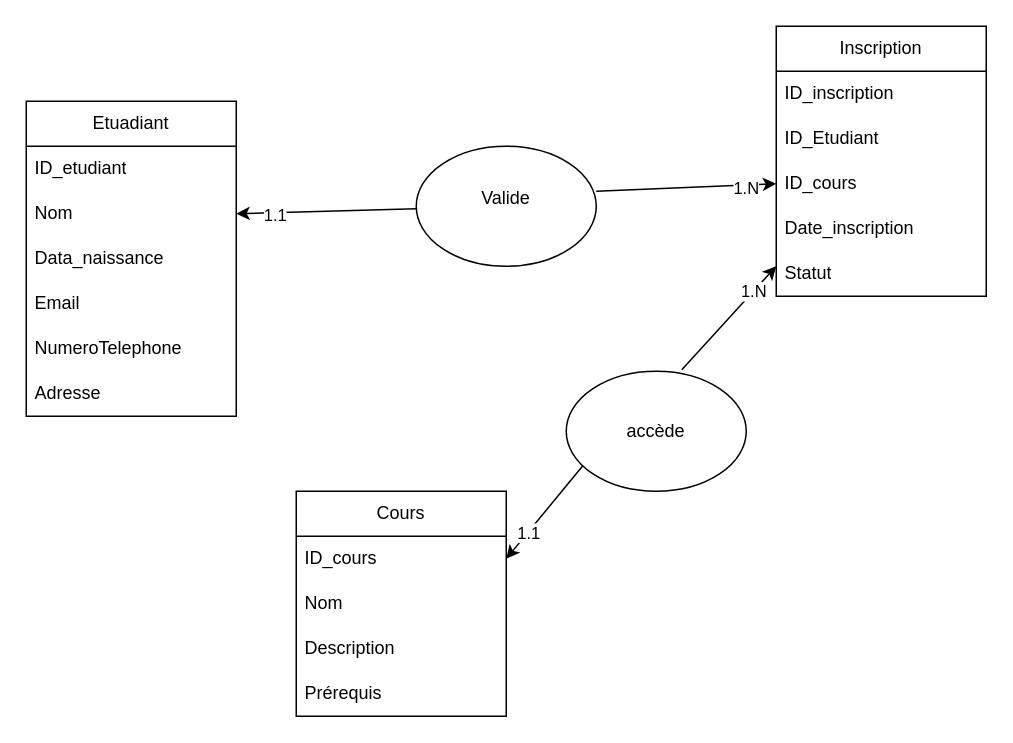
Before: Modèle de données.drawio in claude-bernard-badjagou/Draw.io, a draw.io diagram. Source tidied: cells renumbered, new cells numbered last; positions are measured from the earlier drawing's top-left corner, leaving out a move shared by most shapes. Both pictures are drawn from the tidied source at 150%, with x=0, y=0 at pixel (26, 26).
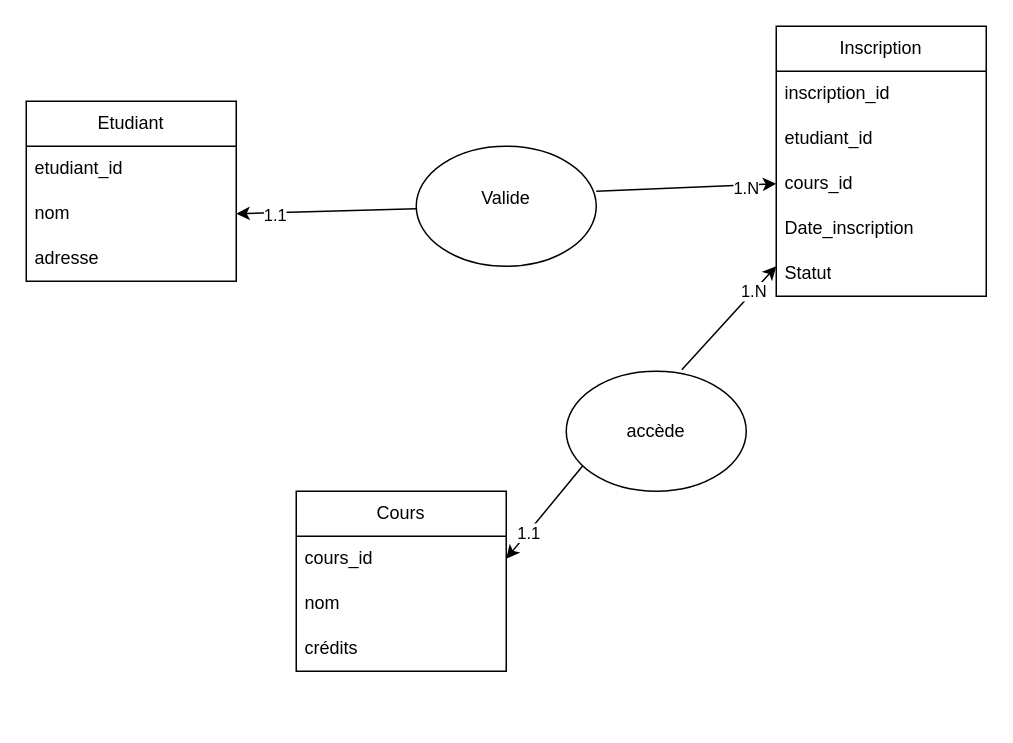
The same page after the edit.

Commit message:
Mettre à jour Modèle de données.drawio

The change refers to these unchanged cells:
```xml
<mxCell id="9" value="Inscription" style="swimlane;fontStyle=0;horizontal=1;startSize=30;whiteSpace=wrap;html=1;" parent="1" vertex="1">
  <mxGeometry x="500" width="140" height="180" as="geometry" />
</mxCell>
```

Diff of the diagram source:
```diff
@@
-    <mxCell id="2" value="Etuadiant" style="swimlane;fontStyle=0;horizontal=1;startSize=30;whiteSpace=wrap;html=1;" parent="1" vertex="1">
-      <mxGeometry y="50" width="140" height="210" as="geometry" />
+    <mxCell id="2" value="Etudiant" style="swimlane;fontStyle=0;horizontal=1;startSize=30;whiteSpace=wrap;html=1;" parent="1" vertex="1">
+      <mxGeometry y="50" width="140" height="120" as="geometry" />
     </mxCell>
-    <mxCell id="3" value="ID_etudiant" style="text;strokeColor=none;fillColor=none;align=left;verticalAlign=middle;spacingLeft=4;spacingRight=4;overflow=hidden;whiteSpace=wrap;html=1;" parent="2" vertex="1">
+    <mxCell id="3" value="etudiant_id" style="text;strokeColor=none;fillColor=none;align=left;verticalAlign=middle;spacingLeft=4;spacingRight=4;overflow=hidden;whiteSpace=wrap;html=1;" parent="2" vertex="1">
       <mxGeometry y="30" width="140" height="30" as="geometry" />
     </mxCell>
-    <mxCell id="4" value="Nom" style="text;strokeColor=none;fillColor=none;align=left;verticalAlign=middle;spacingLeft=4;spacingRight=4;overflow=hidden;points=[[0,0.5],[1,0.5]];portConstraint=eastwest;whiteSpace=wrap;html=1;" parent="2" vertex="1">
+    <mxCell id="4" value="nom" style="text;strokeColor=none;fillColor=none;align=left;verticalAlign=middle;spacingLeft=4;spacingRight=4;overflow=hidden;points=[[0,0.5],[1,0.5]];portConstraint=eastwest;whiteSpace=wrap;html=1;" parent="2" vertex="1">
       <mxGeometry y="60" width="140" height="30" as="geometry" />
     </mxCell>
-    <mxCell id="5" value="Data_naissance" style="text;strokeColor=none;fillColor=none;align=left;verticalAlign=middle;spacingLeft=4;spacingRight=4;overflow=hidden;whiteSpace=wrap;html=1;" parent="2" vertex="1">
+    <mxCell id="5" value="adresse" style="text;strokeColor=none;fillColor=none;align=left;verticalAlign=middle;spacingLeft=4;spacingRight=4;overflow=hidden;whiteSpace=wrap;html=1;" parent="2" vertex="1">
       <mxGeometry y="90" width="140" height="30" as="geometry" />
     </mxCell>
-    <mxCell id="6" value="Email" style="text;strokeColor=none;fillColor=none;align=left;verticalAlign=middle;spacingLeft=4;spacingRight=4;overflow=hidden;whiteSpace=wrap;html=1;" parent="2" vertex="1">
-      <mxGeometry y="120" width="140" height="30" as="geometry" />
-    </mxCell>
-    <mxCell id="7" value="NumeroTelephone" style="text;strokeColor=none;fillColor=none;align=left;verticalAlign=middle;spacingLeft=4;spacingRight=4;overflow=hidden;whiteSpace=wrap;html=1;" parent="2" vertex="1">
-      <mxGeometry y="150" width="140" height="30" as="geometry" />
-    </mxCell>
-    <mxCell id="8" value="Adresse" style="text;strokeColor=none;fillColor=none;align=left;verticalAlign=middle;spacingLeft=4;spacingRight=4;overflow=hidden;whiteSpace=wrap;html=1;" parent="2" vertex="1">
-      <mxGeometry y="180" width="140" height="30" as="geometry" />
-    </mxCell>
@@
-    <mxCell id="10" value="ID_inscription" style="text;strokeColor=none;fillColor=none;align=left;verticalAlign=middle;spacingLeft=4;spacingRight=4;overflow=hidden;whiteSpace=wrap;html=1;" parent="9" vertex="1">
+    <mxCell id="10" value="inscription_id" style="text;strokeColor=none;fillColor=none;align=left;verticalAlign=middle;spacingLeft=4;spacingRight=4;overflow=hidden;whiteSpace=wrap;html=1;" parent="9" vertex="1">
       <mxGeometry y="30" width="140" height="30" as="geometry" />
     </mxCell>
-    <mxCell id="11" value="ID_Etudiant" style="text;strokeColor=none;fillColor=none;align=left;verticalAlign=middle;spacingLeft=4;spacingRight=4;overflow=hidden;whiteSpace=wrap;html=1;" parent="9" vertex="1">
+    <mxCell id="11" value="etudiant_id" style="text;strokeColor=none;fillColor=none;align=left;verticalAlign=middle;spacingLeft=4;spacingRight=4;overflow=hidden;whiteSpace=wrap;html=1;" parent="9" vertex="1">
       <mxGeometry y="60" width="140" height="30" as="geometry" />
     </mxCell>
-    <mxCell id="12" value="ID_cours" style="text;strokeColor=none;fillColor=none;align=left;verticalAlign=middle;spacingLeft=4;spacingRight=4;overflow=hidden;whiteSpace=wrap;html=1;" parent="9" vertex="1">
+    <mxCell id="12" value="cours_id" style="text;strokeColor=none;fillColor=none;align=left;verticalAlign=middle;spacingLeft=4;spacingRight=4;overflow=hidden;whiteSpace=wrap;html=1;" parent="9" vertex="1">
       <mxGeometry y="90" width="140" height="30" as="geometry" />
     </mxCell>
@@
     <mxCell id="15" value="Cours" style="swimlane;fontStyle=0;horizontal=1;startSize=30;whiteSpace=wrap;html=1;" parent="1" vertex="1">
-      <mxGeometry x="180" y="310" width="140" height="150" as="geometry" />
+      <mxGeometry x="180" y="310" width="140" height="120" as="geometry" />
     </mxCell>
-    <mxCell id="16" value="ID_cours" style="text;strokeColor=none;fillColor=none;align=left;verticalAlign=middle;spacingLeft=4;spacingRight=4;overflow=hidden;points=[[0,0.5],[1,0.5]];portConstraint=eastwest;whiteSpace=wrap;html=1;" parent="15" vertex="1">
+    <mxCell id="16" value="cours_id" style="text;strokeColor=none;fillColor=none;align=left;verticalAlign=middle;spacingLeft=4;spacingRight=4;overflow=hidden;points=[[0,0.5],[1,0.5]];portConstraint=eastwest;whiteSpace=wrap;html=1;" parent="15" vertex="1">
       <mxGeometry y="30" width="140" height="30" as="geometry" />
     </mxCell>
-    <mxCell id="17" value="Nom" style="text;strokeColor=none;fillColor=none;align=left;verticalAlign=middle;spacingLeft=4;spacingRight=4;overflow=hidden;whiteSpace=wrap;html=1;" parent="15" vertex="1">
+    <mxCell id="17" value="nom" style="text;strokeColor=none;fillColor=none;align=left;verticalAlign=middle;spacingLeft=4;spacingRight=4;overflow=hidden;whiteSpace=wrap;html=1;" parent="15" vertex="1">
       <mxGeometry y="60" width="140" height="30" as="geometry" />
     </mxCell>
-    <mxCell id="18" value="Description" style="text;strokeColor=none;fillColor=none;align=left;verticalAlign=middle;spacingLeft=4;spacingRight=4;overflow=hidden;points=[[0,0.5],[1,0.5]];portConstraint=eastwest;whiteSpace=wrap;html=1;" parent="15" vertex="1">
+    <mxCell id="18" value="crédits" style="text;strokeColor=none;fillColor=none;align=left;verticalAlign=middle;spacingLeft=4;spacingRight=4;overflow=hidden;points=[[0,0.5],[1,0.5]];portConstraint=eastwest;whiteSpace=wrap;html=1;" parent="15" vertex="1">
       <mxGeometry y="90" width="140" height="30" as="geometry" />
     </mxCell>
-    <mxCell id="19" value="Prérequis" style="text;strokeColor=none;fillColor=none;align=left;verticalAlign=middle;spacingLeft=4;spacingRight=4;overflow=hidden;whiteSpace=wrap;html=1;" parent="15" vertex="1">
-      <mxGeometry y="120" width="140" height="30" as="geometry" />
-    </mxCell>
```
